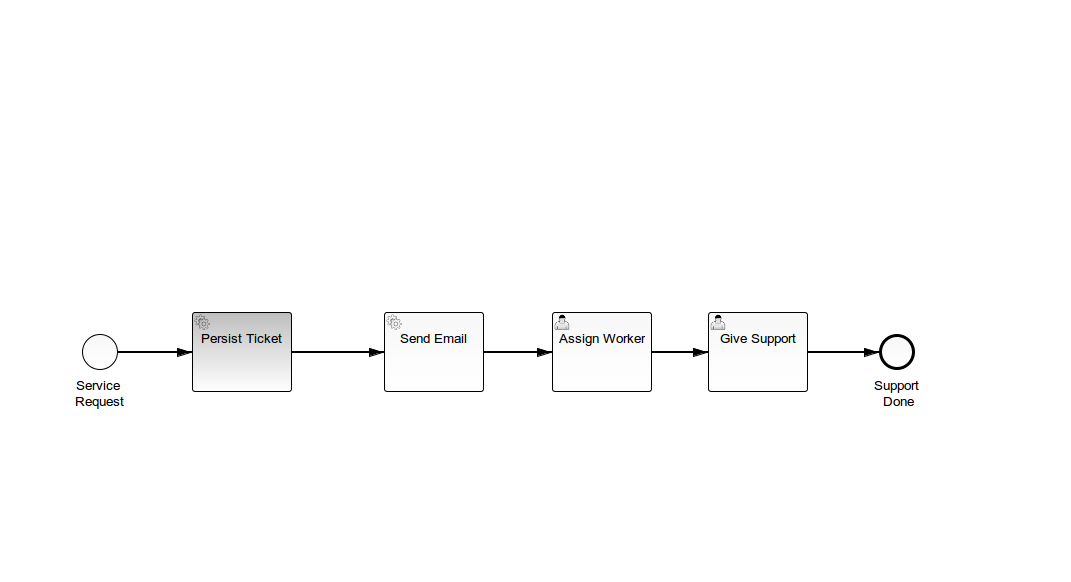
The BPMN diagram it-support/src/main/resources/it-support.png in timmornYE/modeling-it_support, before a commit. Its source is kept beside it as it-support/src/main/resources/it-support.bpmn. Ids are renumbered.
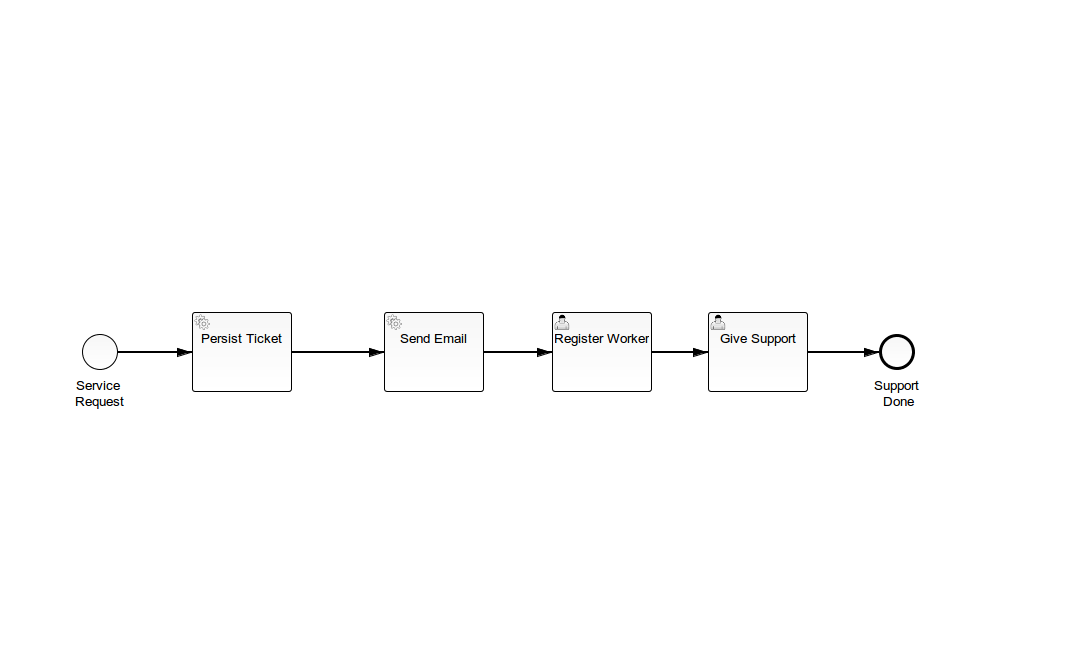
Above is the later version.

Diff of the diagram source:
```diff
@@ -8,7 +8,7 @@
       <bpmn2:outgoing>SequenceFlow_1</bpmn2:outgoing>
     </bpmn2:startEvent>
     <bpmn2:sequenceFlow id="SequenceFlow_1" name="" sourceRef="StartEvent_1" targetRef="ServiceTask_1"/>
-    <bpmn2:userTask id="UserTask_1" name="Assign Worker">
+    <bpmn2:userTask id="UserTask_1" camunda:formKey="app:registerticket.jsf" name="Register Worker">
       <bpmn2:incoming>SequenceFlow_4</bpmn2:incoming>
       <bpmn2:outgoing>SequenceFlow_5</bpmn2:outgoing>
     </bpmn2:userTask>
```
